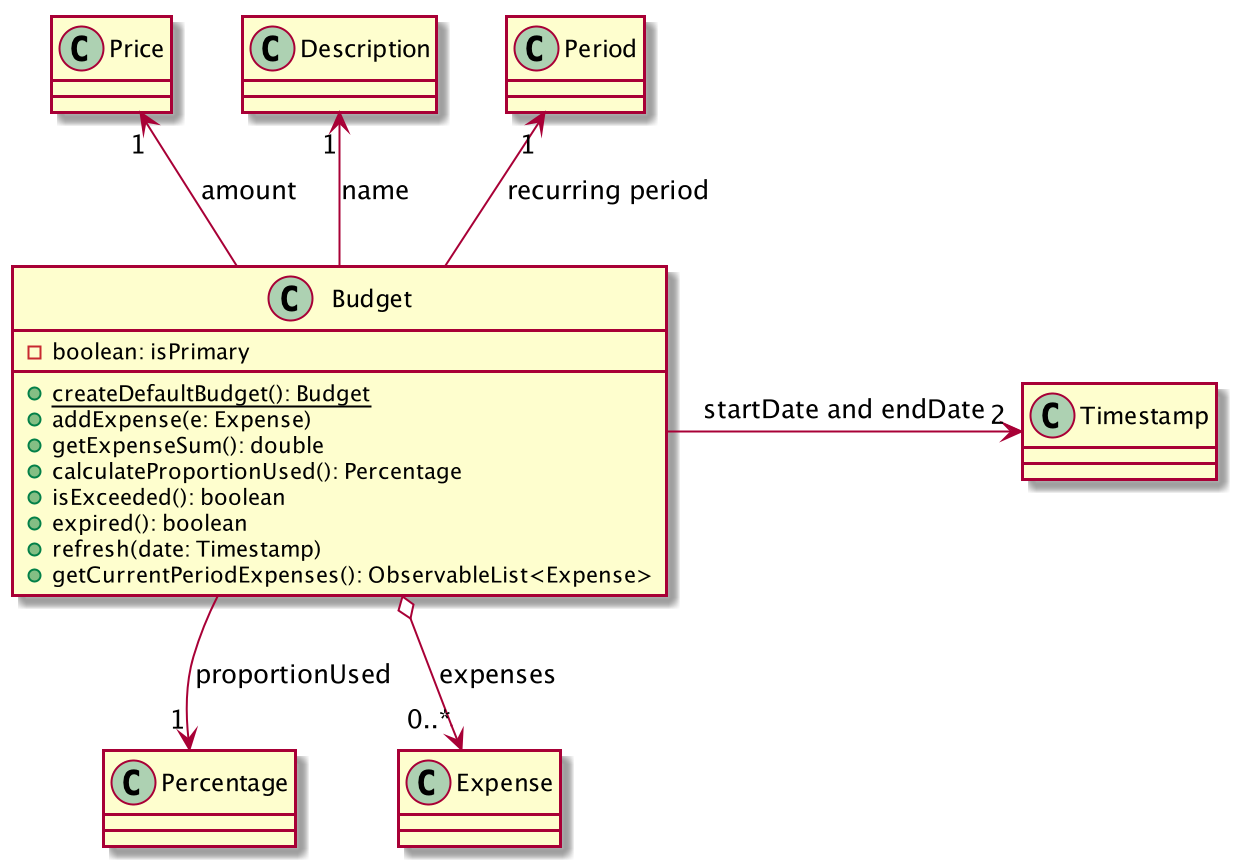
This is docs/images/BudgetClassDiagram.png from nus-cs2103-AY1920S1/addressbook-level3, a PlantUML export, as it was before one commit. Its diagram source:
```plantuml
@startuml

class Budget {
-boolean: isPrimary
+{static} createDefaultBudget(): Budget
+addExpense(e: Expense)
+getExpenseSum(): double
+calculateProportionUsed(): Percentage
+isExceeded(): boolean
+expired(): boolean
+refresh(date: Timestamp)
+getCurrentPeriodExpenses(): ObservableList<Expense>
}

Budget -right-> "2" Timestamp : startDate and endDate
Budget -up-> "1" Period : recurring period
Budget -up-> "1" Description : name
Budget -up-> "1" Price : amount
Budget --> "1" Percentage : proportionUsed
Budget o-down-> "0..*" Expense : expenses

@enduml
```
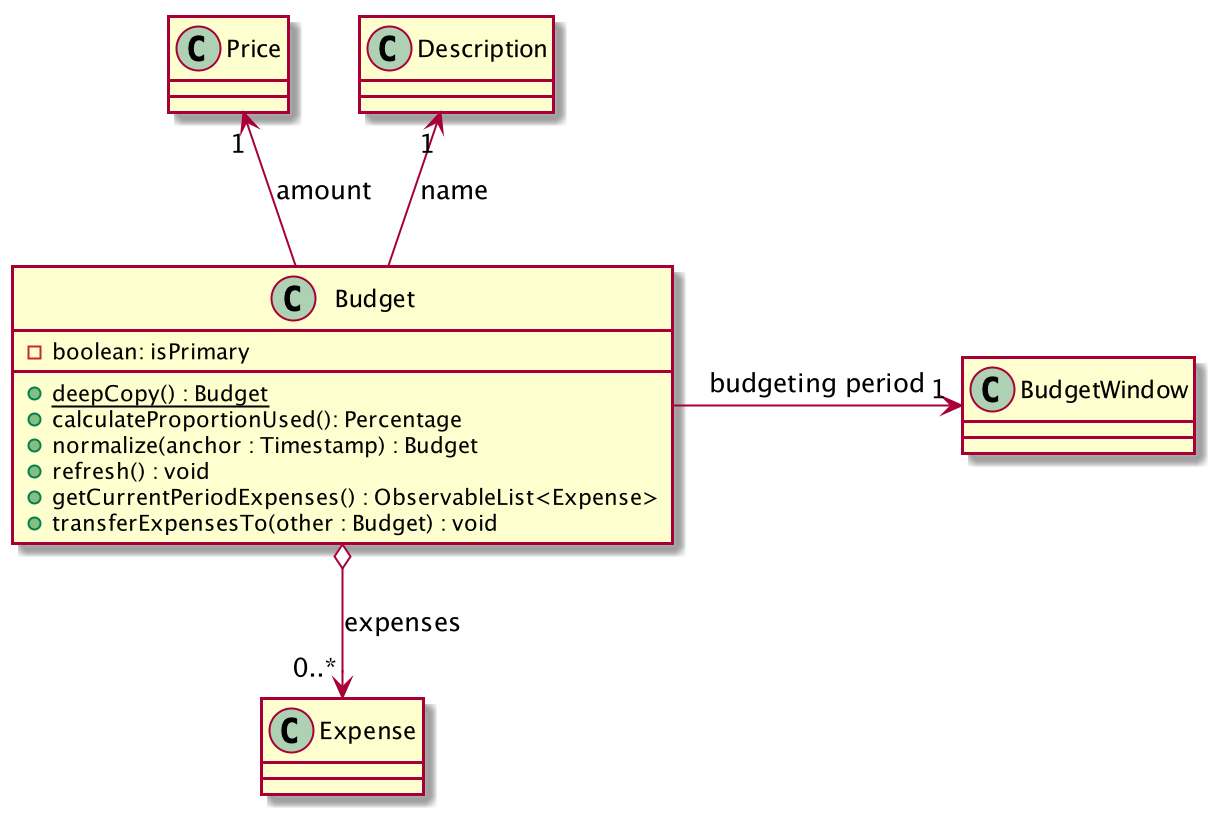
Above is the later version.

Change to the diagram source:
```diff
@@ -2,21 +2,17 @@
 
 class Budget {
 -boolean: isPrimary
-+{static} createDefaultBudget(): Budget
-+addExpense(e: Expense)
-+getExpenseSum(): double
++{static}deepCopy() : Budget
 +calculateProportionUsed(): Percentage
-+isExceeded(): boolean
-+expired(): boolean
-+refresh(date: Timestamp)
-+getCurrentPeriodExpenses(): ObservableList<Expense>
++normalize(anchor : Timestamp) : Budget
++refresh() : void
++getCurrentPeriodExpenses() : ObservableList<Expense>
++transferExpensesTo(other : Budget) : void
 }
 
-Budget -right-> "2" Timestamp : startDate and endDate
-Budget -up-> "1" Period : recurring period
+Budget -right-> "1" BudgetWindow : budgeting period
 Budget -up-> "1" Description : name
 Budget -up-> "1" Price : amount
-Budget --> "1" Percentage : proportionUsed
 Budget o-down-> "0..*" Expense : expenses
 
 @enduml
```
